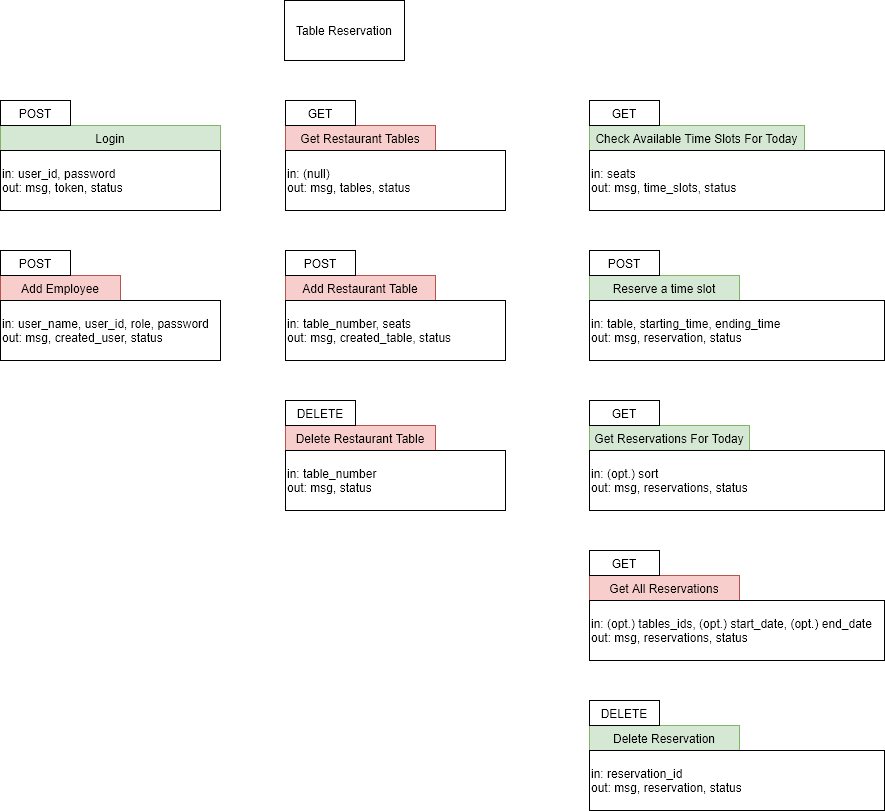
Before: TableReservation.png, a diagram exported from draw.io (MrAghyad/RestaurantTableReservation). Source tidied: cells renumbered, new cells last; positions are measured from the earlier drawing's top-left corner, leaving out a move shared by most shapes. Its diagram source:
```xml
<mxGraphModel>
  <root>
    <mxCell id="0" />
    <mxCell id="1" parent="0" />
    <mxCell id="2" value="Table Reservation" style="rounded=0;whiteSpace=wrap;html=1;" parent="1" vertex="1">
      <mxGeometry x="284" width="120" height="60" as="geometry" />
    </mxCell>
    <mxCell id="3" value="Login" style="rounded=0;whiteSpace=wrap;html=1;fillColor=#d5e8d4;strokeColor=#82b366;" parent="1" vertex="1">
      <mxGeometry y="125" width="220" height="25" as="geometry" />
    </mxCell>
    <mxCell id="4" value="Add Employee" style="rounded=0;whiteSpace=wrap;html=1;fillColor=#f8cecc;strokeColor=#b85450;" parent="1" vertex="1">
      <mxGeometry y="275" width="120" height="25" as="geometry" />
    </mxCell>
    <mxCell id="5" value="Get Restaurant Tables" style="rounded=0;whiteSpace=wrap;html=1;fillColor=#f8cecc;strokeColor=#b85450;" parent="1" vertex="1">
      <mxGeometry x="285" y="125" width="150" height="25" as="geometry" />
    </mxCell>
    <mxCell id="6" value="Add Restaurant Table" style="rounded=0;whiteSpace=wrap;html=1;fillColor=#f8cecc;strokeColor=#b85450;" parent="1" vertex="1">
      <mxGeometry x="285" y="275" width="150" height="25" as="geometry" />
    </mxCell>
    <mxCell id="7" value="Delete Restaurant Table" style="rounded=0;whiteSpace=wrap;html=1;fillColor=#f8cecc;strokeColor=#b85450;" parent="1" vertex="1">
      <mxGeometry x="285" y="425" width="150" height="25" as="geometry" />
    </mxCell>
    <mxCell id="8" value="Check Available Time Slots For Today" style="rounded=0;whiteSpace=wrap;html=1;fillColor=#d5e8d4;strokeColor=#82b366;" parent="1" vertex="1">
      <mxGeometry x="589" y="125" width="215" height="25" as="geometry" />
    </mxCell>
    <mxCell id="9" value="Reserve a time slot" style="rounded=0;whiteSpace=wrap;html=1;fillColor=#d5e8d4;strokeColor=#82b366;" parent="1" vertex="1">
      <mxGeometry x="589" y="275" width="150" height="25" as="geometry" />
    </mxCell>
    <mxCell id="10" value="Get Reservations For Today" style="rounded=0;whiteSpace=wrap;html=1;fillColor=#d5e8d4;strokeColor=#82b366;" parent="1" vertex="1">
      <mxGeometry x="589" y="425" width="160" height="25" as="geometry" />
    </mxCell>
    <mxCell id="11" value="Get All Reservations&lt;span style=&quot;color: rgba(0 , 0 , 0 , 0) ; font-family: monospace ; font-size: 0px&quot;&gt;%3CmxGraphModel%3E%3Croot%3E%3CmxCell%20id%3D%220%22%2F%3E%3CmxCell%20id%3D%221%22%20parent%3D%220%22%2F%3E%3CmxCell%20id%3D%222%22%20value%3D%22Reserve%20a%20time%20slot%22%20style%3D%22rounded%3D0%3BwhiteSpace%3Dwrap%3Bhtml%3D1%3B%22%20vertex%3D%221%22%20parent%3D%221%22%3E%3CmxGeometry%20x%3D%22120%22%20y%3D%22450%22%20width%3D%22150%22%20height%3D%2260%22%20as%3D%22geometry%22%2F%3E%3C%2FmxCell%3E%3C%2Froot%3E%3C%2FmxGraphModel%3E&lt;/span&gt;" style="rounded=0;whiteSpace=wrap;html=1;fillColor=#f8cecc;strokeColor=#b85450;" parent="1" vertex="1">
      <mxGeometry x="589" y="575" width="150" height="25" as="geometry" />
    </mxCell>
    <mxCell id="12" value="Delete Reservation&lt;span style=&quot;color: rgba(0 , 0 , 0 , 0) ; font-family: monospace ; font-size: 0px&quot;&gt;%3CmxGraphModel%3E%3Croot%3E%3CmxCell%20id%3D%220%22%2F%3E%3CmxCell%20id%3D%221%22%20parent%3D%220%22%2F%3E%3CmxCell%20id%3D%222%22%20value%3D%22Reserve%20a%20time%20slot%22%20style%3D%22rounded%3D0%3BwhiteSpace%3Dwrap%3Bhtml%3D1%3B%22%20vertex%3D%221%22%20parent%3D%221%22%3E%3CmxGeometry%20x%3D%22120%22%20y%3D%22450%22%20width%3D%22150%22%20height%3D%2260%22%20as%3D%22geometry%22%2F%3E%3C%2FmxCell%3E%3C%2Froot%3E%3C%2FmxGraphModel%3E&lt;/span&gt;" style="rounded=0;whiteSpace=wrap;html=1;fillColor=#d5e8d4;strokeColor=#82b366;" parent="1" vertex="1">
      <mxGeometry x="589" y="725" width="150" height="25" as="geometry" />
    </mxCell>
    <mxCell id="13" value="POST" style="rounded=0;whiteSpace=wrap;html=1;" parent="1" vertex="1">
      <mxGeometry y="100" width="70" height="25" as="geometry" />
    </mxCell>
    <mxCell id="14" value="POST" style="rounded=0;whiteSpace=wrap;html=1;" parent="1" vertex="1">
      <mxGeometry y="250" width="70" height="25" as="geometry" />
    </mxCell>
    <mxCell id="15" value="GET" style="rounded=0;whiteSpace=wrap;html=1;" parent="1" vertex="1">
      <mxGeometry x="285" y="100" width="70" height="25" as="geometry" />
    </mxCell>
    <mxCell id="16" value="POST" style="rounded=0;whiteSpace=wrap;html=1;" parent="1" vertex="1">
      <mxGeometry x="285" y="250" width="70" height="25" as="geometry" />
    </mxCell>
    <mxCell id="17" value="DELETE" style="rounded=0;whiteSpace=wrap;html=1;" parent="1" vertex="1">
      <mxGeometry x="285" y="400" width="70" height="25" as="geometry" />
    </mxCell>
    <mxCell id="18" value="DELETE" style="rounded=0;whiteSpace=wrap;html=1;" parent="1" vertex="1">
      <mxGeometry x="589" y="700" width="70" height="25" as="geometry" />
    </mxCell>
    <mxCell id="19" value="GET" style="rounded=0;whiteSpace=wrap;html=1;" parent="1" vertex="1">
      <mxGeometry x="589" y="400" width="70" height="25" as="geometry" />
    </mxCell>
    <mxCell id="20" value="GET" style="rounded=0;whiteSpace=wrap;html=1;" parent="1" vertex="1">
      <mxGeometry x="589" y="550" width="70" height="25" as="geometry" />
    </mxCell>
    <mxCell id="21" value="POST" style="rounded=0;whiteSpace=wrap;html=1;" parent="1" vertex="1">
      <mxGeometry x="589" y="250" width="70" height="25" as="geometry" />
    </mxCell>
    <mxCell id="22" value="GET" style="rounded=0;whiteSpace=wrap;html=1;" parent="1" vertex="1">
      <mxGeometry x="589" y="100" width="70" height="25" as="geometry" />
    </mxCell>
    <mxCell id="23" value="in: user_id, password&lt;br&gt;out: msg, token, status" style="rounded=0;whiteSpace=wrap;html=1;align=left;" parent="1" vertex="1">
      <mxGeometry y="150" width="220" height="60" as="geometry" />
    </mxCell>
    <mxCell id="24" value="in: user_name, user_id, role, password&lt;br&gt;out: msg, created_user, status&amp;nbsp;" style="rounded=0;whiteSpace=wrap;html=1;align=left;" parent="1" vertex="1">
      <mxGeometry y="300" width="220" height="60" as="geometry" />
    </mxCell>
    <mxCell id="25" value="in: (null)&lt;br&gt;out: msg, tables, status" style="rounded=0;whiteSpace=wrap;html=1;align=left;" parent="1" vertex="1">
      <mxGeometry x="285" y="150" width="220" height="60" as="geometry" />
    </mxCell>
    <mxCell id="26" value="in: table_number, seats&lt;br&gt;out: msg, created_table, status" style="rounded=0;whiteSpace=wrap;html=1;align=left;" parent="1" vertex="1">
      <mxGeometry x="285" y="300" width="220" height="60" as="geometry" />
    </mxCell>
    <mxCell id="27" value="in: table_number&lt;br&gt;out: msg, status" style="rounded=0;whiteSpace=wrap;html=1;align=left;" parent="1" vertex="1">
      <mxGeometry x="285" y="450" width="220" height="60" as="geometry" />
    </mxCell>
    <mxCell id="28" value="in: seats&lt;br&gt;out: msg, time_slots, status" style="rounded=0;whiteSpace=wrap;html=1;align=left;" parent="1" vertex="1">
      <mxGeometry x="589" y="150" width="295" height="60" as="geometry" />
    </mxCell>
    <mxCell id="29" value="in: table, starting_time, ending_time&lt;br&gt;out: msg, reservation, status" style="rounded=0;whiteSpace=wrap;html=1;align=left;" parent="1" vertex="1">
      <mxGeometry x="589" y="300" width="295" height="60" as="geometry" />
    </mxCell>
    <mxCell id="30" value="in: (opt.) sort&lt;br&gt;out: msg, reservations, status" style="rounded=0;whiteSpace=wrap;html=1;align=left;" parent="1" vertex="1">
      <mxGeometry x="589" y="450" width="295" height="60" as="geometry" />
    </mxCell>
    <mxCell id="31" value="in: (opt.) tables_ids, (opt.) start_date, (opt.) end_date&amp;nbsp;&lt;br&gt;out: msg, reservations, status" style="rounded=0;whiteSpace=wrap;html=1;align=left;" parent="1" vertex="1">
      <mxGeometry x="589" y="600" width="295" height="60" as="geometry" />
    </mxCell>
    <mxCell id="32" value="in: reservation_id&lt;br&gt;out: msg, reservation, status" style="rounded=0;whiteSpace=wrap;html=1;align=left;" parent="1" vertex="1">
      <mxGeometry x="589" y="750" width="295" height="60" as="geometry" />
    </mxCell>
  </root>
</mxGraphModel>
```
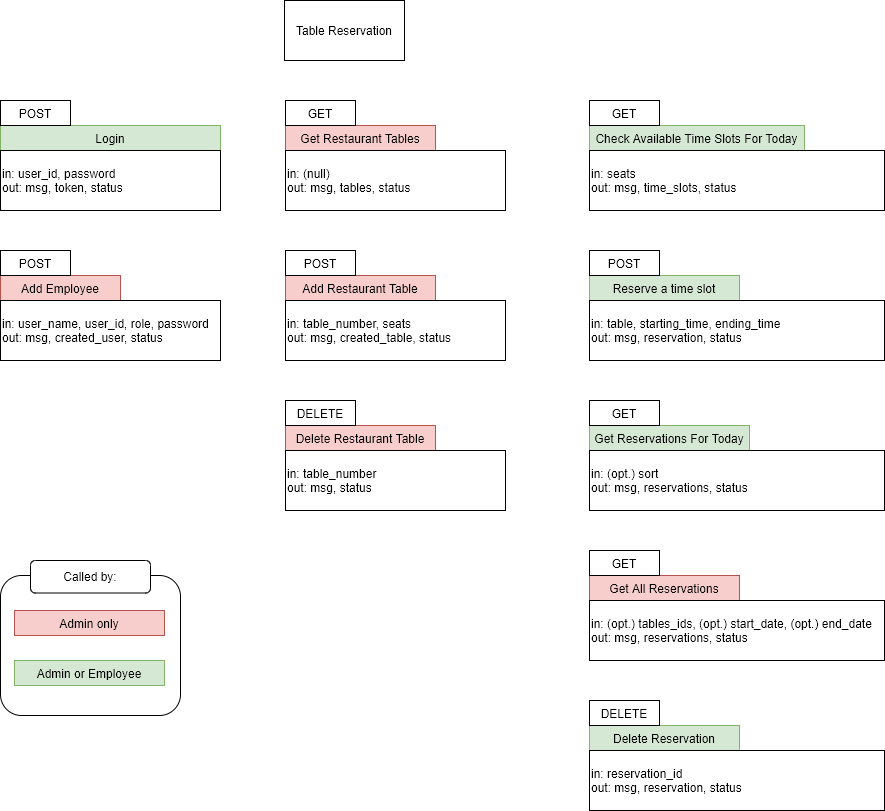
After the commit.

What changed in the source:
```diff
@@ -2,6 +2,9 @@
   <root>
     <mxCell id="0" />
     <mxCell id="1" parent="0" />
+    <mxCell id="33" style="rounded=1;whiteSpace=wrap;html=1;" parent="1" vertex="1">
+      <mxGeometry y="575" width="180" height="140" as="geometry" />
+    </mxCell>
     <mxCell id="2" value="Table Reservation" style="rounded=0;whiteSpace=wrap;html=1;" parent="1" vertex="1">
       <mxGeometry x="284" width="120" height="60" as="geometry" />
     </mxCell>
@@ -95,5 +98,14 @@
     <mxCell id="32" value="in: reservation_id&lt;br&gt;out: msg, reservation, status" style="rounded=0;whiteSpace=wrap;html=1;align=left;" parent="1" vertex="1">
       <mxGeometry x="589" y="750" width="295" height="60" as="geometry" />
     </mxCell>
+    <mxCell id="34" value="Admin only" style="rounded=0;whiteSpace=wrap;html=1;fillColor=#f8cecc;strokeColor=#b85450;" parent="1" vertex="1">
+      <mxGeometry x="14" y="610" width="150" height="25" as="geometry" />
+    </mxCell>
+    <mxCell id="35" value="Admin or Employee" style="rounded=0;whiteSpace=wrap;html=1;fillColor=#d5e8d4;strokeColor=#82b366;" parent="1" vertex="1">
+      <mxGeometry x="14" y="660" width="150" height="25" as="geometry" />
+    </mxCell>
+    <mxCell id="36" value="Called by:" style="rounded=1;whiteSpace=wrap;html=1;" parent="1" vertex="1">
+      <mxGeometry x="30" y="560" width="120" height="32.5" as="geometry" />
+    </mxCell>
   </root>
 </mxGraphModel>
```
